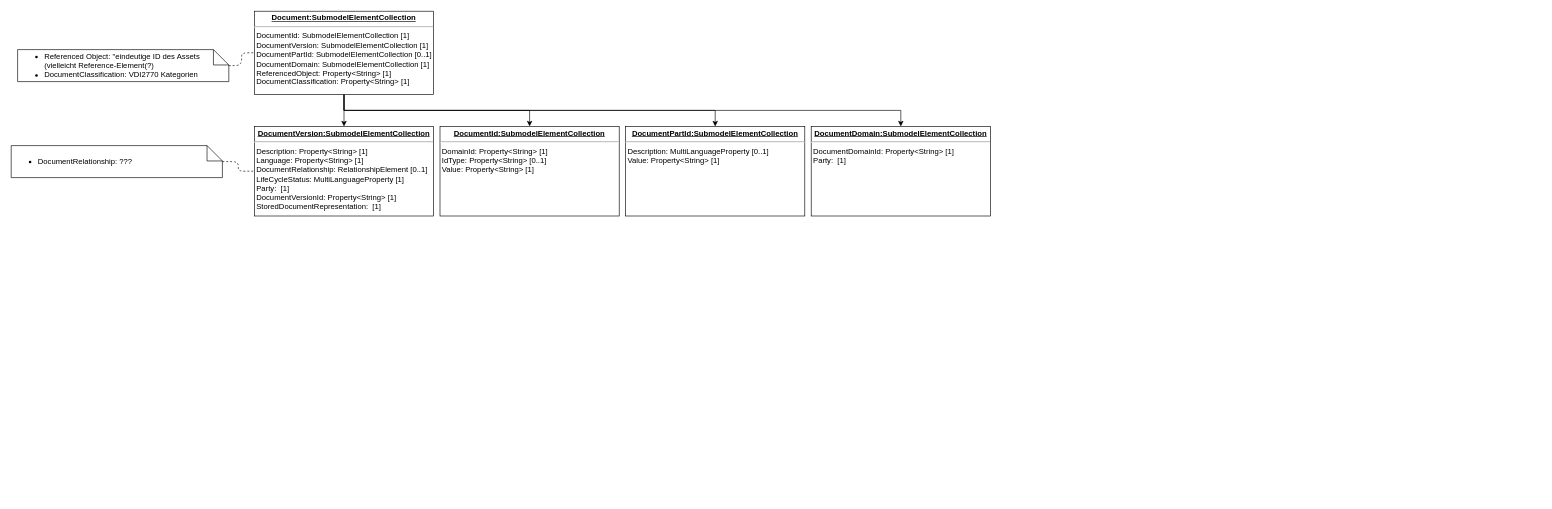
Earlier version of the draw.io diagram AssetDocumentation.drawio (LucRome/T2000). Source tidied: cells renumbered, new cells numbered last; positions are measured from the earlier drawing's top-left corner, leaving out a move shared by most shapes. Both pictures are drawn from the tidied source at 64%, with x=0, y=0 at pixel (11, 11).
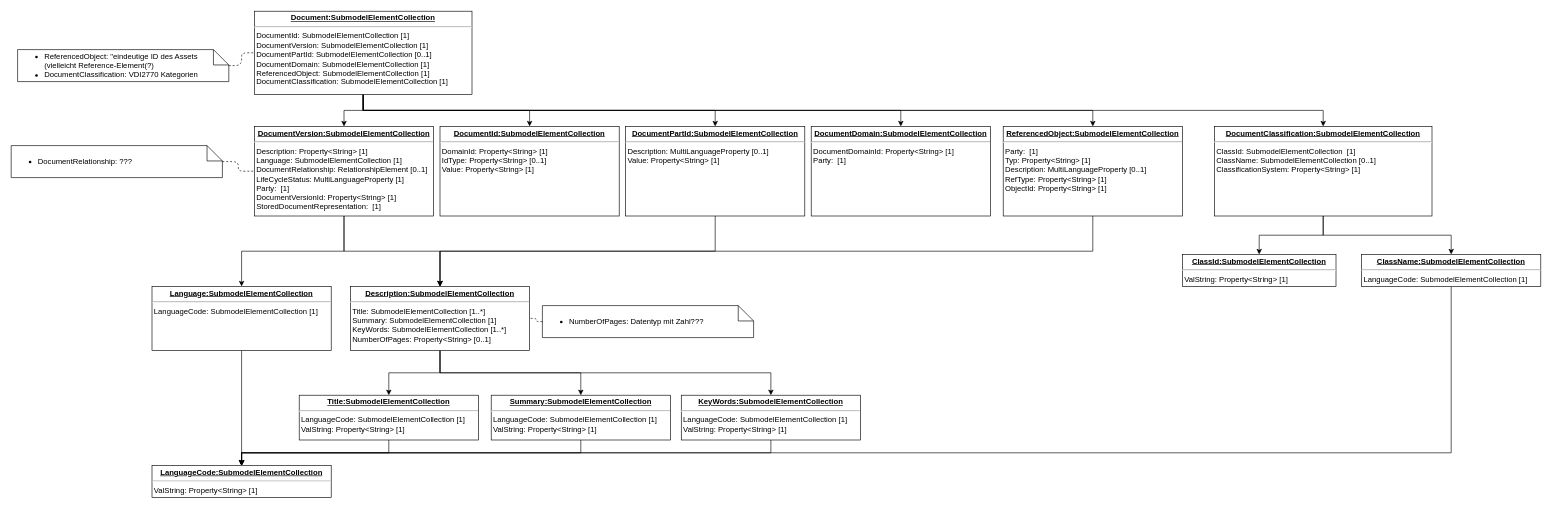
After the change.

Unchanged cells that the change refers to:
```xml
<mxCell id="13" value="&lt;p style=&quot;margin: 0px ; margin-top: 4px ; text-align: center ; text-decoration: underline&quot;&gt;&lt;b&gt;DocumentPartId:SubmodelElementCollection&lt;/b&gt;&lt;/p&gt;&lt;hr&gt;&lt;div&gt;&amp;nbsp;Description: MultiLanguageProperty [0..1]&lt;/div&gt;&lt;div&gt;&amp;nbsp;Value: Property&amp;lt;String&amp;gt; [1]&lt;br&gt;&lt;/div&gt;" style="verticalAlign=top;align=left;overflow=fill;fontSize=12;fontFamily=Helvetica;html=1;" parent="1" vertex="1">
  <mxGeometry x="960" y="180" width="280" height="140" as="geometry" />
</mxCell>
```

Diff of the diagram source:
```diff
@@
+    <mxCell id="15" style="edgeStyle=orthogonalEdgeStyle;rounded=0;jettySize=auto;html=1;exitX=0.5;exitY=1;exitDx=0;exitDy=0;" parent="1" edge="1" source="6" target="21">
+      <mxGeometry relative="1" as="geometry" />
+    </mxCell>
+    <mxCell id="16" style="edgeStyle=orthogonalEdgeStyle;rounded=0;jettySize=auto;html=1;exitX=0.5;exitY=1;exitDx=0;exitDy=0;" parent="1" edge="1" source="6" target="24">
+      <mxGeometry relative="1" as="geometry" />
+    </mxCell>
-    <mxCell id="6" value="&lt;p style=&quot;margin: 0px ; margin-top: 4px ; text-align: center ; text-decoration: underline&quot;&gt;&lt;b&gt;Document:SubmodelElementCollection&lt;/b&gt;&lt;/p&gt;&lt;hr&gt;&lt;div&gt;&amp;nbsp;DocumentId: SubmodelElementCollection [1]&lt;/div&gt;&lt;div&gt;&amp;nbsp;DocumentVersion: SubmodelElementCollection [1]&lt;/div&gt;&lt;div&gt;&amp;nbsp;DocumentPartId: SubmodelElementCollection [0..1]&lt;/div&gt;&lt;div&gt;&amp;nbsp;DocumentDomain: SubmodelElementCollection [1]&lt;/div&gt;&lt;div&gt;&amp;nbsp;ReferencedObject: Property&amp;lt;String&amp;gt; [1]&lt;/div&gt;&lt;div&gt;&amp;nbsp;DocumentClassification: Property&amp;lt;String&amp;gt; [1]&lt;br&gt;&lt;/div&gt;" style="verticalAlign=top;align=left;overflow=fill;fontSize=12;fontFamily=Helvetica;html=1;" parent="1" vertex="1">
-      <mxGeometry x="380" width="280" height="130" as="geometry" />
+    <mxCell id="6" value="&lt;p style=&quot;margin: 0px ; margin-top: 4px ; text-align: center ; text-decoration: underline&quot;&gt;&lt;b&gt;Document:SubmodelElementCollection&lt;/b&gt;&lt;/p&gt;&lt;hr&gt;&lt;div&gt;&amp;nbsp;DocumentId: SubmodelElementCollection [1]&lt;/div&gt;&lt;div&gt;&amp;nbsp;DocumentVersion: SubmodelElementCollection [1]&lt;/div&gt;&lt;div&gt;&amp;nbsp;DocumentPartId: SubmodelElementCollection [0..1]&lt;/div&gt;&lt;div&gt;&amp;nbsp;DocumentDomain: SubmodelElementCollection [1]&lt;/div&gt;&lt;div&gt;&amp;nbsp;ReferencedObject: SubmodelElementCollection [1]&lt;/div&gt;&lt;div&gt;&amp;nbsp;DocumentClassification: SubmodelElementCollection [1]&lt;br&gt;&lt;/div&gt;" style="verticalAlign=top;align=left;overflow=fill;fontSize=12;fontFamily=Helvetica;html=1;" parent="1" vertex="1">
+      <mxGeometry x="380" width="340" height="130" as="geometry" />
     </mxCell>
-    <mxCell id="7" value="&lt;div align=&quot;left&quot;&gt;&lt;ul&gt;&lt;li&gt;Referenced Object: &quot;eindeutige ID des Assets (vielleicht Reference-Element(?)&lt;/li&gt;&lt;li&gt;DocumentClassification: VDI2770 Kategorien&lt;br&gt;&lt;/li&gt;&lt;/ul&gt;&lt;/div&gt;" style="shape=note;size=24;whiteSpace=wrap;html=1;align=left;" parent="1" vertex="1">
+    <mxCell id="7" value="&lt;div align=&quot;left&quot;&gt;&lt;ul&gt;&lt;li&gt;ReferencedObject: &quot;eindeutige ID des Assets (vielleicht Reference-Element(?)&lt;/li&gt;&lt;li&gt;DocumentClassification: VDI2770 Kategorien&lt;br&gt;&lt;/li&gt;&lt;/ul&gt;&lt;/div&gt;" style="shape=note;size=24;whiteSpace=wrap;html=1;align=left;" parent="1" vertex="1">
       <mxGeometry x="10" y="60" width="330" height="50" as="geometry" />
     </mxCell>
@@
+    <mxCell id="17" style="edgeStyle=orthogonalEdgeStyle;rounded=0;jettySize=auto;html=1;exitX=0.5;exitY=1;exitDx=0;exitDy=0;" parent="1" edge="1" source="9" target="31">
+      <mxGeometry relative="1" as="geometry" />
+    </mxCell>
+    <mxCell id="18" style="edgeStyle=orthogonalEdgeStyle;rounded=0;jettySize=auto;html=1;exitX=0.5;exitY=1;exitDx=0;exitDy=0;" parent="1" edge="1" source="9" target="41">
+      <mxGeometry relative="1" as="geometry" />
+    </mxCell>
-    <mxCell id="9" value="&lt;p style=&quot;margin: 0px ; margin-top: 4px ; text-align: center ; text-decoration: underline&quot;&gt;&lt;b&gt;DocumentVersion:SubmodelElementCollection&lt;/b&gt;&lt;/p&gt;&lt;hr&gt;&lt;div&gt;&amp;nbsp;Description: Property&amp;lt;String&amp;gt; [1]&lt;br&gt;&lt;/div&gt;&lt;div&gt;&amp;nbsp;Language: Property&amp;lt;String&amp;gt; [1]&lt;br&gt;&lt;/div&gt;&lt;div&gt;&amp;nbsp;DocumentRelationship: RelationshipElement [0..1]&lt;/div&gt;&lt;div&gt;&amp;nbsp;LifeCycleStatus: MultiLanguageProperty [1]&lt;/div&gt;&lt;div&gt;&amp;nbsp;Party:&amp;nbsp; [1]&lt;/div&gt;&lt;div&gt;&amp;nbsp;DocumentVersionId: Property&amp;lt;String&amp;gt; [1]&lt;/div&gt;&lt;div&gt;&amp;nbsp;StoredDocumentRepresentation:&amp;nbsp; [1]&lt;/div&gt;&lt;div&gt;&amp;nbsp;&lt;br&gt;&lt;/div&gt;" style="verticalAlign=top;align=left;overflow=fill;fontSize=12;fontFamily=Helvetica;html=1;" parent="1" vertex="1">
+    <mxCell id="9" value="&lt;p style=&quot;margin: 0px ; margin-top: 4px ; text-align: center ; text-decoration: underline&quot;&gt;&lt;b&gt;DocumentVersion:SubmodelElementCollection&lt;/b&gt;&lt;/p&gt;&lt;hr&gt;&lt;div&gt;&amp;nbsp;Description: Property&amp;lt;String&amp;gt; [1]&lt;br&gt;&lt;/div&gt;&lt;div&gt;&amp;nbsp;Language: SubmodelElementCollection [1]&lt;br&gt;&lt;/div&gt;&lt;div&gt;&amp;nbsp;DocumentRelationship: RelationshipElement [0..1]&lt;/div&gt;&lt;div&gt;&amp;nbsp;LifeCycleStatus: MultiLanguageProperty [1]&lt;/div&gt;&lt;div&gt;&amp;nbsp;Party:&amp;nbsp; [1]&lt;/div&gt;&lt;div&gt;&amp;nbsp;DocumentVersionId: Property&amp;lt;String&amp;gt; [1]&lt;/div&gt;&lt;div&gt;&amp;nbsp;StoredDocumentRepresentation:&amp;nbsp; [1]&lt;/div&gt;&lt;div&gt;&amp;nbsp;&lt;br&gt;&lt;/div&gt;" style="verticalAlign=top;align=left;overflow=fill;fontSize=12;fontFamily=Helvetica;html=1;" parent="1" vertex="1">
       <mxGeometry x="380" y="180" width="280" height="140" as="geometry" />
     </mxCell>
@@
+    <mxCell id="19" style="edgeStyle=orthogonalEdgeStyle;rounded=0;jettySize=auto;html=1;exitX=0.5;exitY=1;exitDx=0;exitDy=0;" parent="1" edge="1" source="13" target="31">
+      <mxGeometry relative="1" as="geometry" />
+    </mxCell>
@@
+    <mxCell id="20" style="edgeStyle=orthogonalEdgeStyle;rounded=0;jettySize=auto;html=1;exitX=0.5;exitY=1;exitDx=0;exitDy=0;" parent="1" edge="1" source="21" target="31">
+      <mxGeometry relative="1" as="geometry" />
+    </mxCell>
+    <mxCell id="21" value="&lt;p style=&quot;margin: 0px ; margin-top: 4px ; text-align: center ; text-decoration: underline&quot;&gt;&lt;b&gt;ReferencedObject:SubmodelElementCollection&lt;/b&gt;&lt;/p&gt;&lt;hr&gt;&lt;div&gt;&amp;nbsp;Party:&amp;nbsp; [1]&lt;/div&gt;&lt;div&gt;&amp;nbsp;Typ: Property&amp;lt;String&amp;gt; [1]&lt;/div&gt;&lt;div&gt;&amp;nbsp;Description: MultiLanguageProperty [0..1]&lt;/div&gt;&lt;div&gt;&amp;nbsp;RefType: Property&amp;lt;String&amp;gt; [1]&lt;/div&gt;&lt;div&gt;&amp;nbsp;ObjectId: Property&amp;lt;String&amp;gt; [1]&lt;/div&gt;&lt;div&gt;&lt;br&gt;&lt;/div&gt;" style="verticalAlign=top;align=left;overflow=fill;fontSize=12;fontFamily=Helvetica;html=1;" parent="1" vertex="1">
+      <mxGeometry x="1550" y="180" width="280" height="140" as="geometry" />
+    </mxCell>
+    <mxCell id="22" style="edgeStyle=orthogonalEdgeStyle;rounded=0;jettySize=auto;html=1;exitX=0.5;exitY=1;exitDx=0;exitDy=0;" parent="1" edge="1" source="24" target="25">
+      <mxGeometry relative="1" as="geometry" />
+    </mxCell>
+    <mxCell id="23" style="edgeStyle=orthogonalEdgeStyle;rounded=0;jettySize=auto;html=1;exitX=0.5;exitY=1;exitDx=0;exitDy=0;" parent="1" edge="1" source="24" target="27">
+      <mxGeometry relative="1" as="geometry" />
+    </mxCell>
+    <mxCell id="24" value="&lt;p style=&quot;margin: 0px ; margin-top: 4px ; text-align: center ; text-decoration: underline&quot;&gt;&lt;b&gt;DocumentClassification:SubmodelElementCollection&lt;/b&gt;&lt;/p&gt;&lt;hr&gt;&lt;div&gt;&amp;nbsp;ClassId: SubmodelElementCollection&amp;nbsp; [1]&lt;/div&gt;&lt;div&gt;&amp;nbsp;ClassName: SubmodelElementCollection [0..1]&lt;/div&gt;&lt;div&gt;&amp;nbsp;ClassificationSystem: Property&amp;lt;String&amp;gt; [1]&lt;br&gt;&lt;/div&gt;&lt;div&gt;&lt;br&gt;&lt;/div&gt;" style="verticalAlign=top;align=left;overflow=fill;fontSize=12;fontFamily=Helvetica;html=1;" parent="1" vertex="1">
+      <mxGeometry x="1880" y="180" width="340" height="140" as="geometry" />
+    </mxCell>
+    <mxCell id="25" value="&lt;p style=&quot;margin: 0px ; margin-top: 4px ; text-align: center ; text-decoration: underline&quot;&gt;&lt;b&gt;ClassId:SubmodelElementCollection&lt;/b&gt;&lt;/p&gt;&lt;hr&gt;&lt;div&gt;&amp;nbsp;ValString: Property&amp;lt;String&amp;gt; [1]&lt;/div&gt;&lt;div&gt;&lt;br&gt;&lt;/div&gt;" style="verticalAlign=top;align=left;overflow=fill;fontSize=12;fontFamily=Helvetica;html=1;" parent="1" vertex="1">
+      <mxGeometry x="1830" y="380" width="240" height="50" as="geometry" />
+    </mxCell>
+    <mxCell id="26" style="edgeStyle=orthogonalEdgeStyle;rounded=0;jettySize=auto;html=1;exitX=0.5;exitY=1;exitDx=0;exitDy=0;entryX=0.5;entryY=0;entryDx=0;entryDy=0;" parent="1" edge="1" source="27" target="42">
+      <mxGeometry relative="1" as="geometry">
+        <Array as="points">
+          <mxPoint x="2250" y="690" />
+          <mxPoint x="360" y="690" />
+        </Array>
+      </mxGeometry>
+    </mxCell>
+    <mxCell id="27" value="&lt;p style=&quot;margin: 0px ; margin-top: 4px ; text-align: center ; text-decoration: underline&quot;&gt;&lt;b&gt;ClassName:SubmodelElementCollection&lt;/b&gt;&lt;/p&gt;&lt;hr&gt;&lt;div&gt;&amp;nbsp;LanguageCode: SubmodelElementCollection [1]&lt;/div&gt;&lt;div&gt;&lt;br&gt;&lt;/div&gt;" style="verticalAlign=top;align=left;overflow=fill;fontSize=12;fontFamily=Helvetica;html=1;" parent="1" vertex="1">
+      <mxGeometry x="2110" y="380" width="280" height="50" as="geometry" />
+    </mxCell>
+    <mxCell id="28" style="edgeStyle=orthogonalEdgeStyle;rounded=0;jettySize=auto;html=1;exitX=0.5;exitY=1;exitDx=0;exitDy=0;" parent="1" edge="1" source="31" target="35">
+      <mxGeometry relative="1" as="geometry" />
+    </mxCell>
+    <mxCell id="29" style="edgeStyle=orthogonalEdgeStyle;rounded=0;jettySize=auto;html=1;exitX=0.5;exitY=1;exitDx=0;exitDy=0;" parent="1" edge="1" source="31" target="37">
+      <mxGeometry relative="1" as="geometry" />
+    </mxCell>
+    <mxCell id="30" style="edgeStyle=orthogonalEdgeStyle;rounded=0;jettySize=auto;html=1;exitX=0.5;exitY=1;exitDx=0;exitDy=0;" parent="1" edge="1" source="31" target="39">
+      <mxGeometry relative="1" as="geometry" />
+    </mxCell>
+    <mxCell id="31" value="&lt;p style=&quot;margin: 0px ; margin-top: 4px ; text-align: center ; text-decoration: underline&quot;&gt;&lt;b&gt;Description:SubmodelElementCollection&lt;/b&gt;&lt;/p&gt;&lt;hr&gt;&lt;div&gt;&amp;nbsp;Title: SubmodelElementCollection [1..*]&lt;/div&gt;&lt;div&gt;&amp;nbsp;Summary: SubmodelElementCollection [1]&lt;/div&gt;&lt;div&gt;&amp;nbsp;KeyWords: SubmodelElementCollection [1..*]&lt;/div&gt;&lt;div&gt;&amp;nbsp;NumberOfPages: Property&amp;lt;String&amp;gt; [0..1]&lt;br&gt;&lt;/div&gt;&lt;div&gt;&amp;nbsp;&lt;br&gt;&lt;/div&gt;" style="verticalAlign=top;align=left;overflow=fill;fontSize=12;fontFamily=Helvetica;html=1;" parent="1" vertex="1">
+      <mxGeometry x="530" y="430" width="280" height="100" as="geometry" />
+    </mxCell>
+    <mxCell id="32" value="&lt;div align=&quot;left&quot;&gt;&lt;ul&gt;&lt;li&gt;NumberOfPages: Datentyp mit Zahl???&lt;br&gt;&lt;/li&gt;&lt;/ul&gt;&lt;/div&gt;" style="shape=note;size=24;whiteSpace=wrap;html=1;align=left;" parent="1" vertex="1">
+      <mxGeometry x="830" y="460" width="330" height="50" as="geometry" />
+    </mxCell>
+    <mxCell id="33" style="endArrow=none;dashed=1;html=1;edgeStyle=orthogonalEdgeStyle;" parent="1" edge="1" source="32" target="31">
+      <mxGeometry relative="1" as="geometry" />
+    </mxCell>
+    <mxCell id="34" style="edgeStyle=orthogonalEdgeStyle;rounded=0;jettySize=auto;html=1;exitX=0.5;exitY=1;exitDx=0;exitDy=0;" parent="1" edge="1" source="35" target="42">
+      <mxGeometry relative="1" as="geometry" />
+    </mxCell>
+    <mxCell id="35" value="&lt;p style=&quot;margin: 0px ; margin-top: 4px ; text-align: center ; text-decoration: underline&quot;&gt;&lt;b&gt;Title:SubmodelElementCollection&lt;/b&gt;&lt;/p&gt;&lt;hr&gt;&lt;div&gt;&amp;nbsp;LanguageCode: SubmodelElementCollection [1]&lt;/div&gt;&lt;div&gt;&amp;nbsp;ValString: Property&amp;lt;String&amp;gt; [1]&lt;br&gt;&lt;/div&gt;&lt;div&gt;&amp;nbsp;&lt;br&gt;&lt;/div&gt;" style="verticalAlign=top;align=left;overflow=fill;fontSize=12;fontFamily=Helvetica;html=1;" parent="1" vertex="1">
+      <mxGeometry x="450" y="600" width="280" height="70" as="geometry" />
+    </mxCell>
+    <mxCell id="36" style="edgeStyle=orthogonalEdgeStyle;rounded=0;jettySize=auto;html=1;exitX=0.5;exitY=1;exitDx=0;exitDy=0;" parent="1" edge="1" source="37" target="42">
+      <mxGeometry relative="1" as="geometry" />
+    </mxCell>
+    <mxCell id="37" value="&lt;p style=&quot;margin: 0px ; margin-top: 4px ; text-align: center ; text-decoration: underline&quot;&gt;&lt;b&gt;Summary:SubmodelElementCollection&lt;/b&gt;&lt;/p&gt;&lt;hr&gt;&lt;div&gt;&amp;nbsp;LanguageCode: SubmodelElementCollection [1]&lt;/div&gt;&lt;div&gt;&amp;nbsp;ValString: Property&amp;lt;String&amp;gt; [1]&lt;br&gt;&lt;/div&gt;&lt;div&gt;&amp;nbsp;&lt;br&gt;&lt;/div&gt;" style="verticalAlign=top;align=left;overflow=fill;fontSize=12;fontFamily=Helvetica;html=1;" parent="1" vertex="1">
+      <mxGeometry x="750" y="600" width="280" height="70" as="geometry" />
+    </mxCell>
+    <mxCell id="38" style="edgeStyle=orthogonalEdgeStyle;rounded=0;jettySize=auto;html=1;exitX=0.5;exitY=1;exitDx=0;exitDy=0;" parent="1" edge="1" source="39" target="42">
+      <mxGeometry relative="1" as="geometry" />
+    </mxCell>
+    <mxCell id="39" value="&lt;p style=&quot;margin: 0px ; margin-top: 4px ; text-align: center ; text-decoration: underline&quot;&gt;&lt;b&gt;KeyWords:SubmodelElementCollection&lt;/b&gt;&lt;/p&gt;&lt;hr&gt;&lt;div&gt;&amp;nbsp;LanguageCode: SubmodelElementCollection [1]&lt;/div&gt;&lt;div&gt;&amp;nbsp;ValString: Property&amp;lt;String&amp;gt; [1]&lt;br&gt;&lt;/div&gt;&lt;div&gt;&amp;nbsp;&lt;br&gt;&lt;/div&gt;" style="verticalAlign=top;align=left;overflow=fill;fontSize=12;fontFamily=Helvetica;html=1;" parent="1" vertex="1">
+      <mxGeometry x="1047" y="600" width="280" height="70" as="geometry" />
+    </mxCell>
+    <mxCell id="40" style="edgeStyle=orthogonalEdgeStyle;rounded=0;jettySize=auto;html=1;exitX=0.5;exitY=1;exitDx=0;exitDy=0;" parent="1" edge="1" source="41" target="42">
+      <mxGeometry relative="1" as="geometry" />
+    </mxCell>
+    <mxCell id="41" value="&lt;p style=&quot;margin: 0px ; margin-top: 4px ; text-align: center ; text-decoration: underline&quot;&gt;&lt;b&gt;Language:SubmodelElementCollection&lt;/b&gt;&lt;/p&gt;&lt;hr&gt;&lt;div&gt;&amp;nbsp;LanguageCode: SubmodelElementCollection [1]&lt;br&gt;&lt;/div&gt;&lt;div&gt;&amp;nbsp;&lt;br&gt;&lt;/div&gt;" style="verticalAlign=top;align=left;overflow=fill;fontSize=12;fontFamily=Helvetica;html=1;" parent="1" vertex="1">
+      <mxGeometry x="220" y="430" width="280" height="100" as="geometry" />
+    </mxCell>
+    <mxCell id="42" value="&lt;p style=&quot;margin: 0px ; margin-top: 4px ; text-align: center ; text-decoration: underline&quot;&gt;&lt;b&gt;LanguageCode:SubmodelElementCollection&lt;/b&gt;&lt;/p&gt;&lt;hr&gt;&amp;nbsp;ValString: Property&amp;lt;String&amp;gt; [1]&lt;div&gt;&amp;nbsp;&lt;br&gt;&lt;/div&gt;" style="verticalAlign=top;align=left;overflow=fill;fontSize=12;fontFamily=Helvetica;html=1;" parent="1" vertex="1">
+      <mxGeometry x="220" y="710" width="280" height="50" as="geometry" />
+    </mxCell>
```
